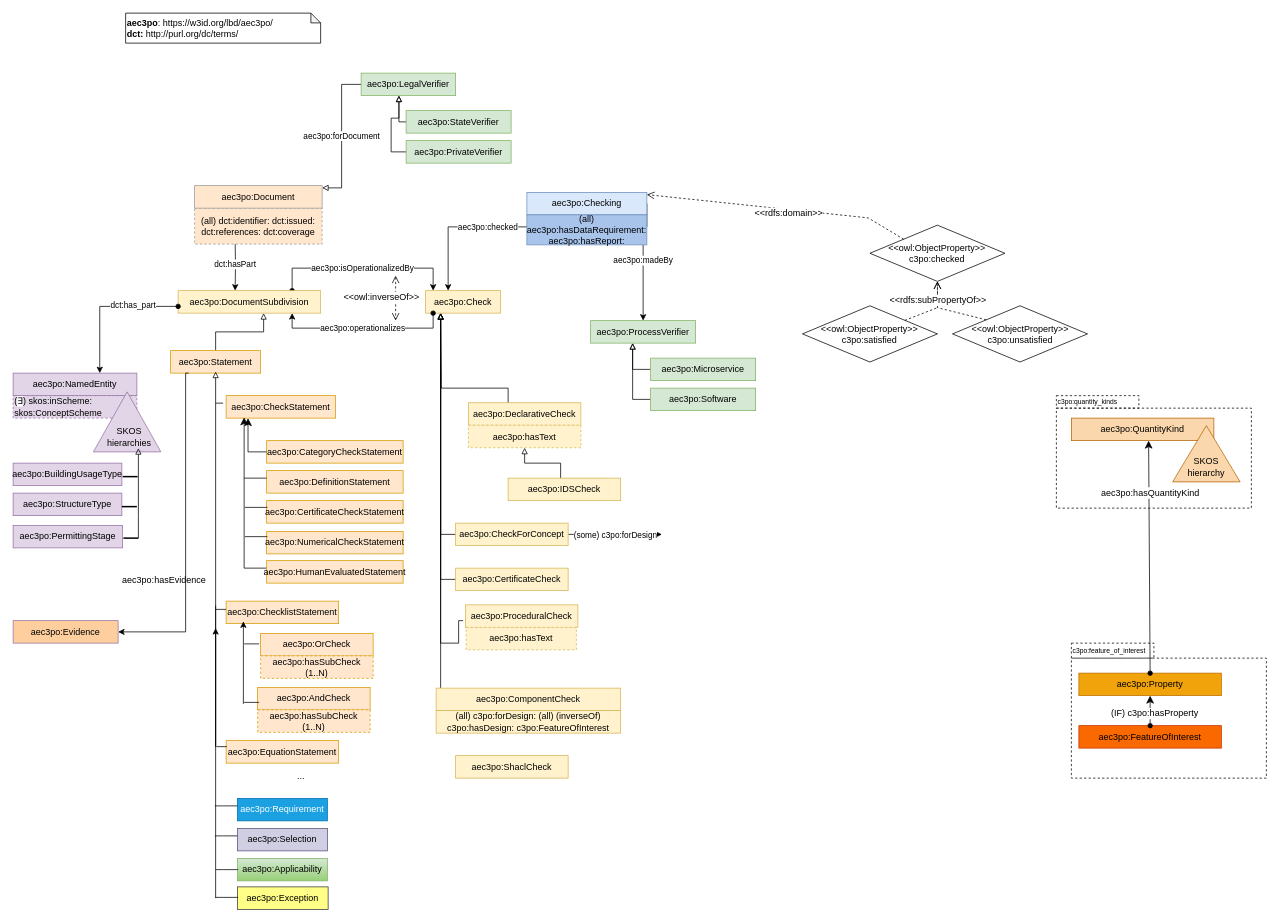
Before: page "aec3po" (1 of 11) of resources/aec3po.drawio in Accord-Project/aec3po, a draw.io diagram. Source tidied: cells renumbered, new cells numbered last; positions are measured from the earlier drawing's top-left corner, leaving out a move shared by most shapes. Both pictures are drawn from the tidied source at 75%, with x=0, y=0 at pixel (13, 13).
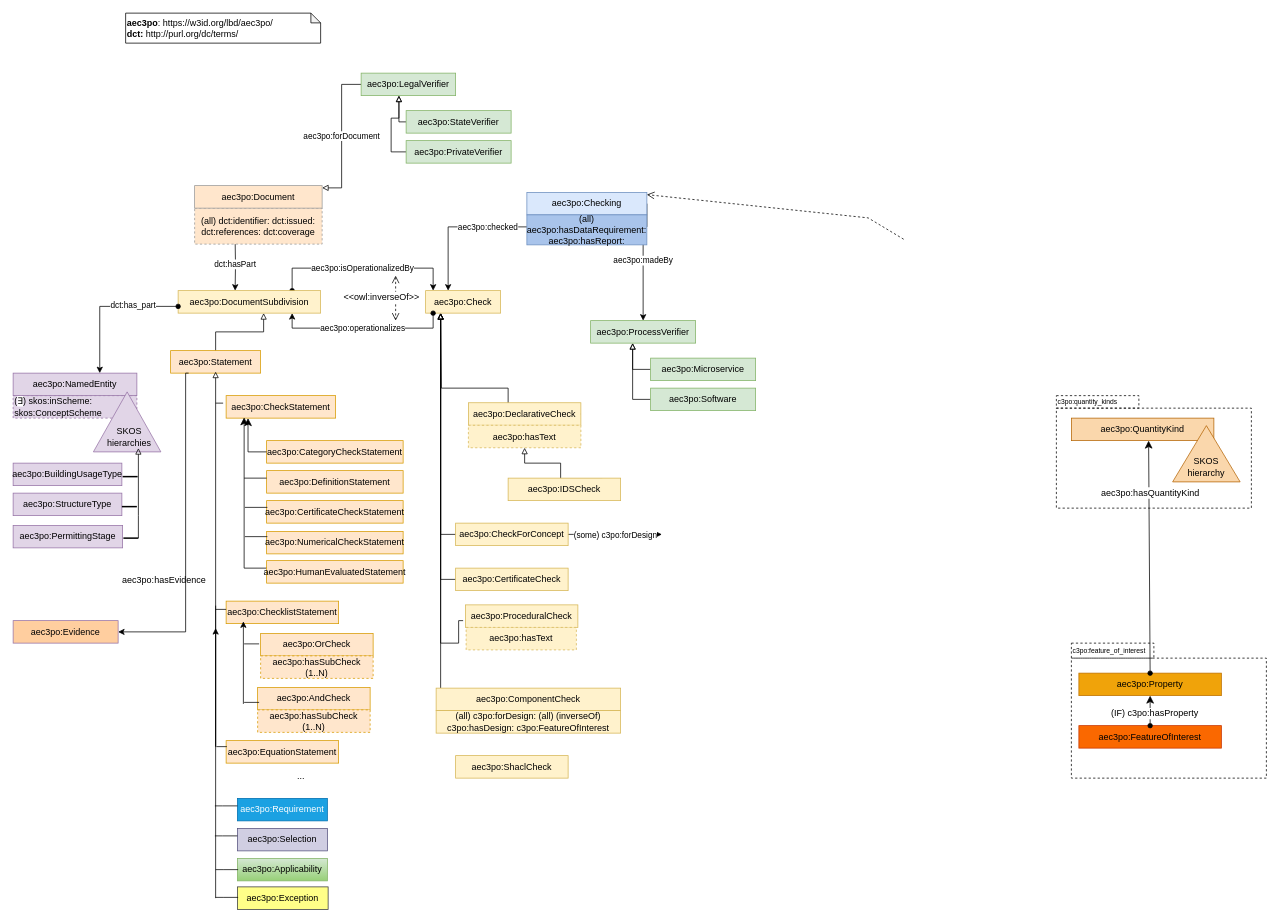
The same page after the edit.

The change refers to these unchanged cells:
```xml
<mxCell id="18" value="aec3po:Checking" style="rounded=0;whiteSpace=wrap;html=1;snapToPoint=1;points=[[0.1,0],[0.2,0],[0.3,0],[0.4,0],[0.5,0],[0.6,0],[0.7,0],[0.8,0],[0.9,0],[0,0.1],[0,0.3],[0,0.5],[0,0.7],[0,0.9],[0.1,1],[0.2,1],[0.3,1],[0.4,1],[0.5,1],[0.6,1],[0.7,1],[0.8,1],[0.9,1],[1,0.1],[1,0.3],[1,0.5],[1,0.7],[1,0.9]];fillColor=#dae8fc;strokeColor=#6c8ebf;" parent="1" vertex="1">
  <mxGeometry x="685" y="239" width="160" height="30" as="geometry" />
</mxCell>
```

What changed in the source:
```diff
@@
-    <mxCell id="44" value="&lt;div&gt;&amp;lt;&amp;lt;owl:ObjectProperty&amp;gt;&amp;gt; c3po:checked&lt;br&gt;&lt;/div&gt;" style="rhombus;whiteSpace=wrap;html=1;" parent="1" vertex="1">
-      <mxGeometry x="1142.4" y="282.7" width="180" height="75" as="geometry" />
-    </mxCell>
-    <mxCell id="45" value="&lt;div&gt;&amp;lt;&amp;lt;owl:ObjectProperty&amp;gt;&amp;gt; c3po:satisfied&lt;br&gt;&lt;/div&gt;" style="rhombus;whiteSpace=wrap;html=1;" parent="1" vertex="1">
-      <mxGeometry x="1052.4" y="390.2" width="180" height="75" as="geometry" />
-    </mxCell>
-    <mxCell id="46" style="endArrow=open;html=1;fontColor=#000099;endFill=0;dashed=1;entryX=0.5;entryY=1;entryDx=0;entryDy=0;endSize=8;rounded=0;" parent="1" edge="1" source="45" target="44">
-      <mxGeometry relative="1" as="geometry">
-        <Array as="points">
-          <mxPoint x="1232.5" y="392.7" />
-        </Array>
-      </mxGeometry>
-    </mxCell>
-    <mxCell id="47" style="endArrow=open;html=1;fontColor=#000099;endFill=0;dashed=1;entryX=1;entryY=0.1;entryDx=0;entryDy=0;endSize=8;rounded=0;exitX=0;exitY=0;exitDx=0;exitDy=0;" parent="1" edge="1" source="44" target="18">
+    <mxCell id="47" style="endArrow=open;html=1;fontColor=#000099;endFill=0;dashed=1;entryX=1;entryY=0.1;entryDx=0;entryDy=0;endSize=8;rounded=0;exitX=0;exitY=0;exitDx=0;exitDy=0;" parent="1" edge="1" target="18">
       <mxGeometry relative="1" as="geometry">
+        <mxPoint x="1187.4" y="301.5" as="sourcePoint" />
         <Array as="points">
           <mxPoint x="1140" y="273" />
         </Array>
       </mxGeometry>
     </mxCell>
-    <mxCell id="48" value="&amp;lt;&amp;lt;rdfs:domain&amp;gt;&amp;gt;" style="text;html=1;align=center;verticalAlign=middle;fontColor=#000000;labelBackgroundColor=#ffffff;" parent="47" vertex="1">
-      <mxGeometry x="-0.33" relative="1" as="geometry">
-        <mxPoint x="-44" as="offset" />
-      </mxGeometry>
-    </mxCell>
-    <mxCell id="49" value="&lt;div&gt;&amp;lt;&amp;lt;owl:ObjectProperty&amp;gt;&amp;gt; c3po:unsatisfied&lt;br&gt;&lt;/div&gt;" style="rhombus;whiteSpace=wrap;html=1;" parent="1" vertex="1">
-      <mxGeometry x="1252.5" y="390.2" width="180" height="75" as="geometry" />
-    </mxCell>
-    <mxCell id="50" style="endArrow=open;html=1;fontColor=#000099;endFill=0;dashed=1;endSize=8;rounded=0;exitX=0;exitY=0;exitDx=0;exitDy=0;entryX=0.5;entryY=1;entryDx=0;entryDy=0;" parent="1" edge="1" source="49" target="44">
-      <mxGeometry relative="1" as="geometry">
-        <Array as="points">
-          <mxPoint x="1232.5" y="392.7" />
-        </Array>
-      </mxGeometry>
-    </mxCell>
-    <mxCell id="51" value="&amp;lt;&amp;lt;rdfs:subPropertyOf&amp;gt;&amp;gt;" style="text;html=1;align=center;verticalAlign=middle;fontColor=#000000;labelBackgroundColor=#ffffff;" parent="50" vertex="1">
-      <mxGeometry x="-0.33" relative="1" as="geometry">
-        <mxPoint x="-32" y="-18" as="offset" />
-      </mxGeometry>
-    </mxCell>
```
